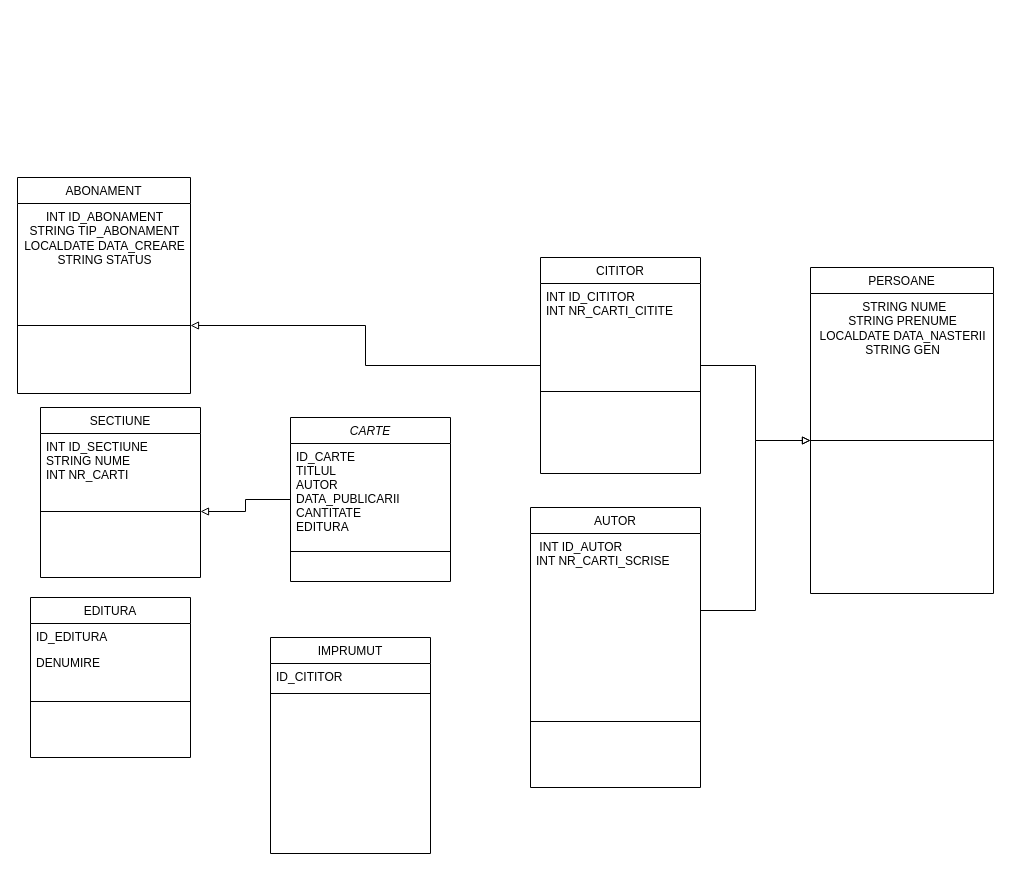
Earlier version of the draw.io diagram ANUL 2 SEM 2/Diagramă fără titlu.drawio (RobertaDiana/FMI-UNIBUC). Source tidied: cells renumbered, new cells numbered last; positions are measured from the earlier drawing's top-left corner, leaving out a move shared by most shapes. Both pictures are drawn from the tidied source at 100%, with x=0, y=0 at pixel (17, 177).
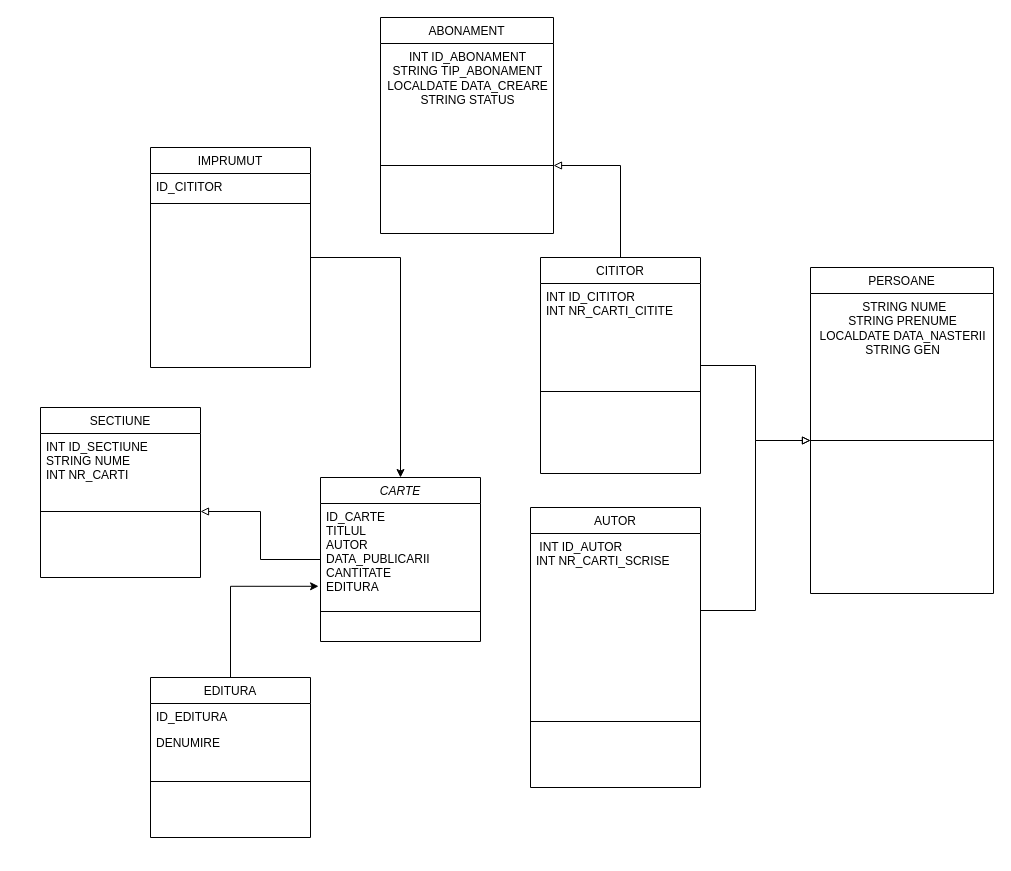
The same page after the edit.

The change refers to these unchanged cells:
```xml
<mxCell id="4" value="ID_CARTE&#10;TITLUL&#10;AUTOR&#10;DATA_PUBLICARII&#10;CANTITATE&#10;EDITURA" style="text;align=left;verticalAlign=top;spacingLeft=4;spacingRight=4;overflow=hidden;points=[[0,0.5],[1,0.5]];portConstraint=eastwest;rounded=0;shadow=0;html=0;" parent="3" vertex="1">
  <mxGeometry y="26" width="160" height="104" as="geometry" />
</mxCell>
```

Change to the diagram source:
```diff
@@
     <mxCell id="3" value="CARTE" style="swimlane;fontStyle=2;align=center;verticalAlign=top;horizontal=1;startSize=26;rounded=0;shadow=0;strokeWidth=1;" parent="1" vertex="1">
-      <mxGeometry x="273" y="240" width="160" height="164" as="geometry" />
+      <mxGeometry x="303" y="300" width="160" height="164" as="geometry" />
     </mxCell>
@@
+    <mxCell id="31" style="edgeStyle=orthogonalEdgeStyle;rounded=0;jettySize=auto;html=1;entryX=-0.012;entryY=0.796;entryDx=0;entryDy=0;entryPerimeter=0;" parent="1" edge="1" source="6" target="4">
+      <mxGeometry relative="1" as="geometry" />
+    </mxCell>
     <mxCell id="6" value="EDITURA" style="swimlane;fontStyle=0;align=center;verticalAlign=top;horizontal=1;startSize=26;rounded=0;shadow=0;strokeWidth=1;" parent="1" vertex="1">
-      <mxGeometry x="13" y="420" width="160" height="160" as="geometry" />
+      <mxGeometry x="133" y="500" width="160" height="160" as="geometry" />
     </mxCell>
@@
     <mxCell id="22" value="ABONAMENT" style="swimlane;fontStyle=0;align=center;verticalAlign=top;horizontal=1;startSize=26;rounded=0;shadow=0;strokeWidth=1;" parent="1" vertex="1">
-      <mxGeometry width="173" height="216" as="geometry" />
+      <mxGeometry x="363" y="-160" width="173" height="216" as="geometry" />
     </mxCell>
@@
+    <mxCell id="32" style="edgeStyle=orthogonalEdgeStyle;rounded=0;jettySize=auto;html=1;" parent="1" edge="1" source="28" target="3">
+      <mxGeometry relative="1" as="geometry" />
+    </mxCell>
     <mxCell id="28" value="IMPRUMUT" style="swimlane;fontStyle=0;align=center;verticalAlign=top;horizontal=1;startSize=26;rounded=0;shadow=0;strokeWidth=1;" parent="1" vertex="1">
-      <mxGeometry x="253" y="460" width="160" height="216" as="geometry" />
+      <mxGeometry x="133" y="-30" width="160" height="220" as="geometry" />
     </mxCell>
```
